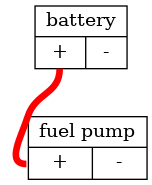
The Graphviz diagram corrado_wiring.png in djhedges/corrado_wiring, before a commit. Its source is kept beside it as corrado_wiring.dot. Its diagram source:
```dot
strict graph "" {
	graph [bb="0,0,98.696,130"];
	node [label="\N",
		shape=record
	];
	battery	[height=0.65278,
		label="{battery | {<pos> + |<neg> - }}",
		pos="49.196,106.5",
		rects="14.696,106.5,83.696,129.5 14.696,83.5,52.696,106.5 52.696,83.5,83.696,106.5",
		width=0.95833];
	fuel_pump	[height=0.65278,
		label="{fuel pump | {<pos> + |<neg> - }}",
		pos="54.196,23.5",
		rects="9.6958,23.5,98.696,46.5 9.6958,0.5,57.696,23.5 57.696,0.5,98.696,23.5",
		width=1.2361];
	battery:pos -- fuel_pump:pos	[color=red,
		penwidth=5,
		pos="33.196,83 33.196,63.77 15.027,65.324 9.1958,47 4.4095,31.959 -7.5883,11.5 8.1958,11.5"];
}
```
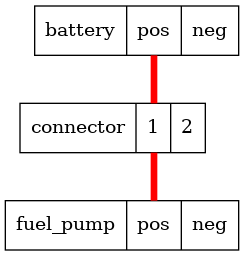
After the change.

What changed in the source:
```diff
@@ -1,19 +1,27 @@
 strict graph "" {
-	graph [bb="0,0,98.696,130"];
+	graph [bb="0,0,175,183"];
 	node [label="\N",
 		shape=record
 	];
-	battery	[height=0.65278,
-		label="{battery | {<pos> + |<neg> - }}",
-		pos="49.196,106.5",
-		rects="14.696,106.5,83.696,129.5 14.696,83.5,52.696,106.5 52.696,83.5,83.696,106.5",
-		width=0.95833];
-	fuel_pump	[height=0.65278,
-		label="{fuel pump | {<pos> + |<neg> - }}",
-		pos="54.196,23.5",
-		rects="9.6958,23.5,98.696,46.5 9.6958,0.5,57.696,23.5 57.696,0.5,98.696,23.5",
-		width=1.2361];
-	battery:pos -- fuel_pump:pos	[color=red,
+	battery	[height=0.51389,
+		label="battery | <pos> pos | <neg> neg ",
+		pos="98.5,164.5",
+		rects="22,146.5,91,182.5 91,146.5,132,182.5 132,146.5,175,182.5",
+		width=2.125];
+	connector	[height=0.51389,
+		label="connector | <1> 1 | <2> 2 ",
+		pos="80.5,91.5",
+		rects="11,73.5,98,109.5 98,73.5,124,109.5 124,73.5,150,109.5",
+		width=1.9306];
+	battery:pos -- connector:1	[color=red,
 		penwidth=5,
-		pos="33.196,83 33.196,63.77 15.027,65.324 9.1958,47 4.4095,31.959 -7.5883,11.5 8.1958,11.5"];
+		pos="111.5,146 111.5,130 111.5,126 111.5,110"];
+	fuel_pump	[height=0.51389,
+		label="fuel_pump | <pos> pos | <neg> neg ",
+		pos="87.5,18.5",
+		rects="0,0.5,91,36.5 91,0.5,132,36.5 132,0.5,175,36.5",
+		width=2.4306];
+	connector:1 -- fuel_pump:pos	[color=red,
+		penwidth=5,
+		pos="111.5,73 111.5,57 111.5,53 111.5,37"];
 }
```
